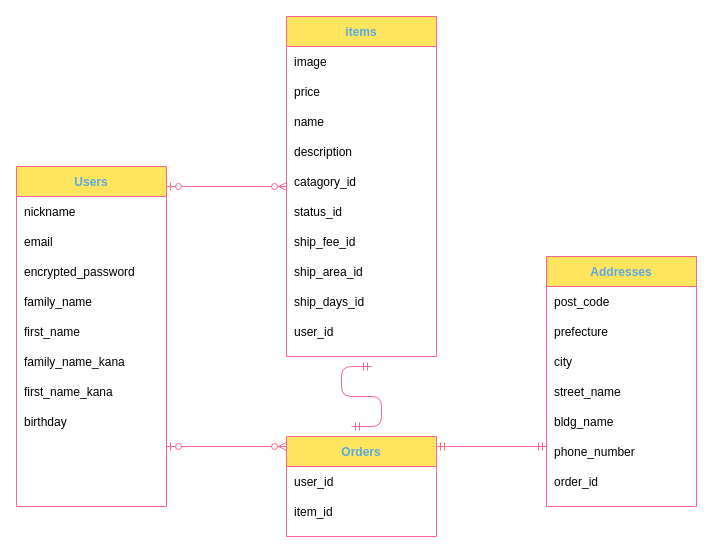
This is FURIMA-37095.dio from Jeff-czh/furima-37095, a draw.io file, before an edit. Source tidied: cells renumbered, new cells numbered last; positions are measured from the earlier drawing's top-left corner, leaving out a move shared by most shapes. Both pictures are drawn from the tidied source at 100%, with x=0, y=0 at pixel (16, 16).
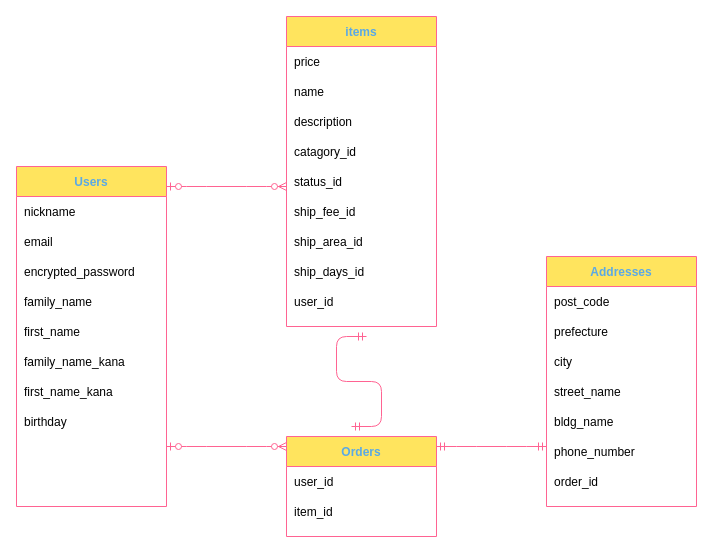
The same diagram, later.

Commit message (it also covers changes not shown here):
データベース設計（修正2）

Diff of the diagram source:
```diff
@@
     <mxCell id="23" value="items" style="shape=table;startSize=30;childLayout=tableLayout;rowLines=0;fontStyle=1;align=center;rounded=0;sketch=0;fontColor=#5AA9E6;strokeColor=#FF6392;fillColor=#FFE45E;" parent="1" vertex="1">
-      <mxGeometry x="270" width="150" height="340" as="geometry" />
+      <mxGeometry x="270" width="150" height="310" as="geometry" />
     </mxCell>
-    <mxCell id="24" style="shape=partialRectangle;fillColor=none;top=0;left=0;bottom=0;right=0;" parent="23" vertex="1">
-      <mxGeometry y="30" width="150" height="30" as="geometry" />
-    </mxCell>
-    <mxCell id="25" value="image" style="shape=partialRectangle;fillColor=none;top=0;left=0;bottom=0;right=0;align=left;spacingLeft=6;overflow=hidden;" parent="24" vertex="1">
-      <mxGeometry width="150" height="30" as="geometry" />
-    </mxCell>
     <mxCell id="26" style="shape=partialRectangle;fillColor=none;top=0;left=0;bottom=0;right=0;" parent="23" vertex="1">
-      <mxGeometry y="60" width="150" height="30" as="geometry" />
+      <mxGeometry y="30" width="150" height="30" as="geometry" />
     </mxCell>
@@
     <mxCell id="28" style="shape=partialRectangle;fillColor=none;top=0;left=0;bottom=0;right=0;" parent="23" vertex="1">
-      <mxGeometry y="90" width="150" height="30" as="geometry" />
+      <mxGeometry y="60" width="150" height="30" as="geometry" />
     </mxCell>
@@
     <mxCell id="30" style="shape=partialRectangle;fillColor=none;top=0;left=0;bottom=0;right=0;" parent="23" vertex="1">
-      <mxGeometry y="120" width="150" height="30" as="geometry" />
+      <mxGeometry y="90" width="150" height="30" as="geometry" />
     </mxCell>
@@
     <mxCell id="32" style="shape=partialRectangle;fillColor=none;top=0;left=0;bottom=0;right=0;" parent="23" vertex="1">
-      <mxGeometry y="150" width="150" height="30" as="geometry" />
+      <mxGeometry y="120" width="150" height="30" as="geometry" />
     </mxCell>
@@
     <mxCell id="34" style="shape=partialRectangle;fillColor=none;top=0;left=0;bottom=0;right=0;" parent="23" vertex="1">
-      <mxGeometry y="180" width="150" height="30" as="geometry" />
+      <mxGeometry y="150" width="150" height="30" as="geometry" />
     </mxCell>
@@
     <mxCell id="36" style="shape=partialRectangle;fillColor=none;top=0;left=0;bottom=0;right=0;" parent="23" vertex="1">
-      <mxGeometry y="210" width="150" height="30" as="geometry" />
+      <mxGeometry y="180" width="150" height="30" as="geometry" />
     </mxCell>
@@
     <mxCell id="38" style="shape=partialRectangle;fillColor=none;top=0;left=0;bottom=0;right=0;" parent="23" vertex="1">
-      <mxGeometry y="240" width="150" height="30" as="geometry" />
+      <mxGeometry y="210" width="150" height="30" as="geometry" />
     </mxCell>
@@
     <mxCell id="40" style="shape=partialRectangle;fillColor=none;top=0;left=0;bottom=0;right=0;" parent="23" vertex="1">
-      <mxGeometry y="270" width="150" height="30" as="geometry" />
+      <mxGeometry y="240" width="150" height="30" as="geometry" />
     </mxCell>
@@
     <mxCell id="42" style="shape=partialRectangle;fillColor=none;top=0;left=0;bottom=0;right=0;" parent="23" vertex="1">
-      <mxGeometry y="300" width="150" height="30" as="geometry" />
+      <mxGeometry y="270" width="150" height="30" as="geometry" />
     </mxCell>
@@
     <mxCell id="67" style="edgeStyle=entityRelationEdgeStyle;fontSize=12;html=1;endArrow=ERmandOne;startArrow=ERmandOne;fontColor=#5AA9E6;strokeColor=#FF6392;fillColor=#FFE45E;" parent="1" edge="1">
       <mxGeometry relative="1" as="geometry">
         <mxPoint x="335" y="410" as="sourcePoint" />
-        <mxPoint x="355" y="350" as="targetPoint" />
+        <mxPoint x="350" y="320" as="targetPoint" />
       </mxGeometry>
     </mxCell>
```
